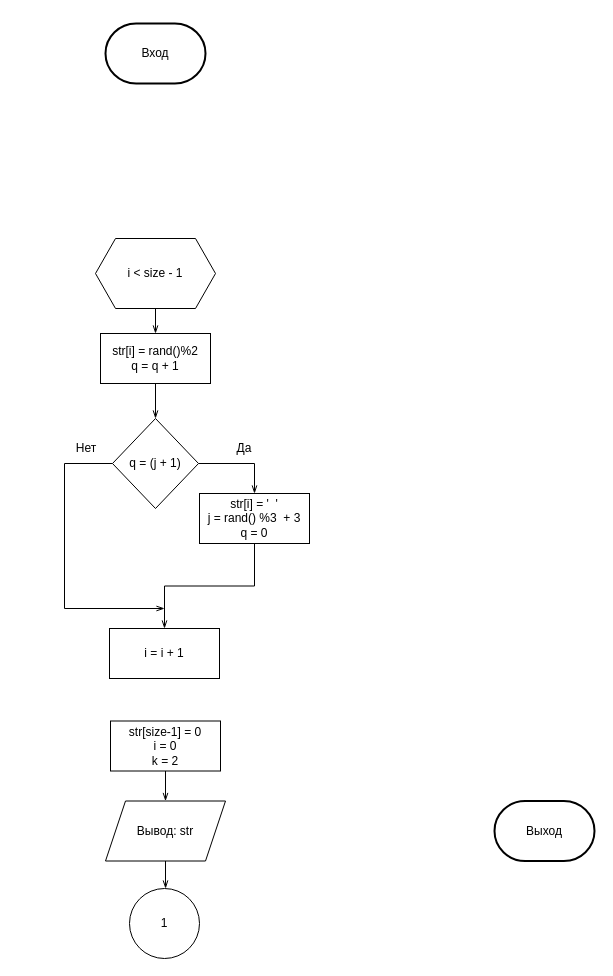
This is laba8.drawio from ArgumenTiKi/labs, a draw.io file, before an edit. Source tidied: cells renumbered, new cells numbered last; positions are measured from the earlier drawing's top-left corner, leaving out a move shared by most shapes. Both pictures are drawn from the tidied source at 100%, with x=0, y=0 at pixel (64, 23).
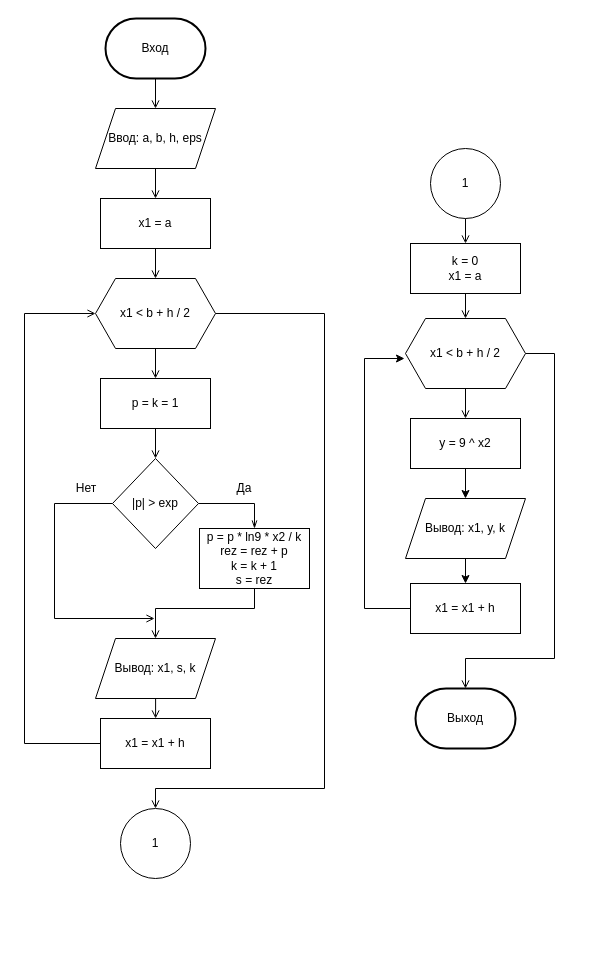
Above is the later version.

Change to the diagram source:
```diff
@@
+    <mxCell id="22" style="edgeStyle=orthogonalEdgeStyle;rounded=0;jettySize=auto;html=1;entryX=0.5;entryY=0;entryDx=0;entryDy=0;endArrow=open;endFill=0;" parent="1" edge="1" source="2" target="27">
+      <mxGeometry relative="1" as="geometry" />
+    </mxCell>
     <mxCell id="2" value="Вход" style="strokeWidth=2;html=1;shape=mxgraph.flowchart.terminator;whiteSpace=wrap;" parent="1" vertex="1">
-      <mxGeometry x="41" width="100" height="60" as="geometry" />
+      <mxGeometry x="41" y="-5" width="100" height="60" as="geometry" />
     </mxCell>
     <mxCell id="3" value="Выход" style="strokeWidth=2;html=1;shape=mxgraph.flowchart.terminator;whiteSpace=wrap;" parent="1" vertex="1">
-      <mxGeometry x="430" y="777.5" width="100" height="60" as="geometry" />
+      <mxGeometry x="351" y="665" width="100" height="60" as="geometry" />
     </mxCell>
-    <mxCell id="4" style="edgeStyle=orthogonalEdgeStyle;rounded=0;jettySize=auto;html=1;entryX=0.5;entryY=0;entryDx=0;entryDy=0;endArrow=openThin;endFill=0;" parent="1" edge="1" source="5" target="21">
-      <mxGeometry relative="1" as="geometry" />
-    </mxCell>
+    <mxCell id="23" style="edgeStyle=orthogonalEdgeStyle;rounded=0;jettySize=auto;html=1;exitX=0.5;exitY=1;exitDx=0;exitDy=0;entryX=0.5;entryY=0;entryDx=0;entryDy=0;endArrow=open;endFill=0;" parent="1" edge="1" source="5">
+      <mxGeometry relative="1" as="geometry">
+        <mxPoint x="91" y="615" as="targetPoint" />
+        <Array as="points">
+          <mxPoint x="190" y="585" />
+          <mxPoint x="91" y="585" />
+        </Array>
+      </mxGeometry>
+    </mxCell>
-    <mxCell id="5" value="str[i] = '&amp;nbsp; '&lt;br&gt;j = rand() %3&amp;nbsp; + 3&lt;br&gt;q = 0" style="rounded=0;whiteSpace=wrap;html=1;" parent="1" vertex="1">
-      <mxGeometry x="135" y="470" width="110" height="50" as="geometry" />
+    <mxCell id="5" value="p = p * ln9 * x2 / k&lt;br&gt;rez = rez + p&lt;br&gt;k = k + 1&lt;br&gt;s = rez" style="rounded=0;whiteSpace=wrap;html=1;" parent="1" vertex="1">
+      <mxGeometry x="135" y="505" width="110" height="60" as="geometry" />
     </mxCell>
     <mxCell id="6" style="edgeStyle=orthogonalEdgeStyle;rounded=0;jettySize=auto;html=1;exitX=0.5;exitY=1;exitDx=0;exitDy=0;entryX=0;entryY=0.5;entryDx=0;entryDy=0;" parent="1" edge="1" target="9">
       <mxGeometry relative="1" as="geometry">
-        <mxPoint x="85" y="407" as="sourcePoint" />
+        <mxPoint x="85" y="447" as="sourcePoint" />
       </mxGeometry>
     </mxCell>
-    <mxCell id="7" style="edgeStyle=orthogonalEdgeStyle;rounded=0;jettySize=auto;html=1;exitX=0.5;exitY=1;exitDx=0;exitDy=0;endArrow=openThin;endFill=0;" parent="1" edge="1" source="9">
-      <mxGeometry relative="1" as="geometry">
-        <mxPoint x="100" y="585" as="targetPoint" />
-        <Array as="points">
-          <mxPoint y="440" />
-          <mxPoint y="585" />
-        </Array>
-      </mxGeometry>
-    </mxCell>
@@
+    <mxCell id="24" style="edgeStyle=orthogonalEdgeStyle;rounded=0;jettySize=auto;html=1;exitX=0.5;exitY=1;exitDx=0;exitDy=0;endArrow=open;endFill=0;" parent="1" edge="1" source="9">
+      <mxGeometry relative="1" as="geometry">
+        <mxPoint x="90" y="595" as="targetPoint" />
+        <Array as="points">
+          <mxPoint x="-10" y="480" />
+          <mxPoint x="-10" y="595" />
+        </Array>
+      </mxGeometry>
+    </mxCell>
-    <mxCell id="9" value="q = (j + 1)" style="rhombus;whiteSpace=wrap;html=1;direction=south;" parent="1" vertex="1">
-      <mxGeometry x="48" y="395" width="86" height="90" as="geometry" />
+    <mxCell id="9" value="|p| &amp;gt; exp" style="rhombus;whiteSpace=wrap;html=1;direction=south;" parent="1" vertex="1">
+      <mxGeometry x="48" y="435" width="86" height="90" as="geometry" />
     </mxCell>
     <mxCell id="10" value="Нет" style="text;html=1;strokeColor=none;fillColor=none;align=center;verticalAlign=middle;whiteSpace=wrap;rounded=0;" parent="1" vertex="1">
-      <mxGeometry x="2" y="415" width="40" height="20" as="geometry" />
+      <mxGeometry x="2" y="455" width="40" height="20" as="geometry" />
     </mxCell>
     <mxCell id="11" value="Да" style="text;html=1;strokeColor=none;fillColor=none;align=center;verticalAlign=middle;whiteSpace=wrap;rounded=0;" parent="1" vertex="1">
-      <mxGeometry x="160" y="415" width="40" height="20" as="geometry" />
+      <mxGeometry x="160" y="455" width="40" height="20" as="geometry" />
     </mxCell>
     <mxCell id="12" value="1" style="ellipse;whiteSpace=wrap;html=1;" parent="1" vertex="1">
-      <mxGeometry x="65" y="865" width="70" height="70" as="geometry" />
+      <mxGeometry x="56" y="785" width="70" height="70" as="geometry" />
     </mxCell>
-    <mxCell id="13" style="edgeStyle=orthogonalEdgeStyle;rounded=0;jettySize=auto;html=1;endArrow=openThin;endFill=0;" parent="1" edge="1" source="14">
-      <mxGeometry relative="1" as="geometry">
-        <mxPoint x="101.1" y="865" as="targetPoint" />
-      </mxGeometry>
-    </mxCell>
-    <mxCell id="14" value="Вывод: str" style="shape=parallelogram;perimeter=parallelogramPerimeter;whiteSpace=wrap;html=1;fixedSize=1;" parent="1" vertex="1">
-      <mxGeometry x="41" y="777.5" width="120" height="60" as="geometry" />
-    </mxCell>
-    <mxCell id="15" style="edgeStyle=orthogonalEdgeStyle;rounded=0;jettySize=auto;html=1;entryX=0;entryY=0.5;entryDx=0;entryDy=0;endArrow=openThin;endFill=0;" parent="1" edge="1" source="16" target="9">
+    <mxCell id="15" style="edgeStyle=orthogonalEdgeStyle;rounded=0;jettySize=auto;html=1;endArrow=open;endFill=0;" parent="1" edge="1" source="16" target="9">
       <mxGeometry relative="1" as="geometry" />
     </mxCell>
-    <mxCell id="16" value="str[i] = rand()%2&lt;br&gt;q = q + 1" style="rounded=0;whiteSpace=wrap;html=1;" parent="1" vertex="1">
-      <mxGeometry x="36" y="310" width="110" height="50" as="geometry" />
+    <mxCell id="16" value="p = k = 1" style="rounded=0;whiteSpace=wrap;html=1;" parent="1" vertex="1">
+      <mxGeometry x="36" y="355" width="110" height="50" as="geometry" />
     </mxCell>
-    <mxCell id="17" style="edgeStyle=orthogonalEdgeStyle;rounded=0;jettySize=auto;html=1;exitX=0.5;exitY=1;exitDx=0;exitDy=0;entryX=0.5;entryY=0;entryDx=0;entryDy=0;endArrow=openThin;endFill=0;" parent="1" edge="1" source="18" target="14">
-      <mxGeometry relative="1" as="geometry" />
-    </mxCell>
-    <mxCell id="18" value="str[size-1] = 0&lt;br&gt;i = 0&lt;br&gt;k = 2" style="rounded=0;whiteSpace=wrap;html=1;" parent="1" vertex="1">
-      <mxGeometry x="46" y="697.5" width="110" height="50" as="geometry" />
-    </mxCell>
-    <mxCell id="19" style="edgeStyle=orthogonalEdgeStyle;rounded=0;jettySize=auto;html=1;entryX=0.5;entryY=0;entryDx=0;entryDy=0;endArrow=openThin;endFill=0;" parent="1" edge="1" source="20" target="16">
+    <mxCell id="19" style="edgeStyle=orthogonalEdgeStyle;rounded=0;jettySize=auto;html=1;endArrow=open;endFill=0;" parent="1" edge="1" source="20" target="16">
       <mxGeometry relative="1" as="geometry" />
     </mxCell>
+    <mxCell id="25" style="edgeStyle=orthogonalEdgeStyle;rounded=0;jettySize=auto;html=1;entryX=0.5;entryY=0;entryDx=0;entryDy=0;endArrow=open;endFill=0;" parent="1" edge="1" source="20" target="12">
+      <mxGeometry relative="1" as="geometry">
+        <Array as="points">
+          <mxPoint x="260" y="290" />
+          <mxPoint x="260" y="765" />
+          <mxPoint x="91" y="765" />
+        </Array>
+      </mxGeometry>
+    </mxCell>
-    <mxCell id="20" value="i &amp;lt; size - 1" style="shape=hexagon;perimeter=hexagonPerimeter2;whiteSpace=wrap;html=1;fixedSize=1;" parent="1" vertex="1">
-      <mxGeometry x="31" y="215" width="120" height="70" as="geometry" />
+    <mxCell id="20" value="x1 &amp;lt; b + h / 2" style="shape=hexagon;perimeter=hexagonPerimeter2;whiteSpace=wrap;html=1;fixedSize=1;" parent="1" vertex="1">
+      <mxGeometry x="31" y="255" width="120" height="70" as="geometry" />
     </mxCell>
-    <mxCell id="21" value="i = i + 1" style="rounded=0;whiteSpace=wrap;html=1;" parent="1" vertex="1">
-      <mxGeometry x="45" y="605" width="110" height="50" as="geometry" />
-    </mxCell>
+    <mxCell id="26" style="edgeStyle=orthogonalEdgeStyle;rounded=0;jettySize=auto;html=1;endArrow=open;endFill=0;" parent="1" edge="1" source="27" target="29">
+      <mxGeometry relative="1" as="geometry" />
+    </mxCell>
+    <mxCell id="27" value="Ввод: a, b, h, eps" style="shape=parallelogram;perimeter=parallelogramPerimeter;whiteSpace=wrap;html=1;fixedSize=1;" parent="1" vertex="1">
+      <mxGeometry x="31" y="85" width="120" height="60" as="geometry" />
+    </mxCell>
+    <mxCell id="28" style="edgeStyle=orthogonalEdgeStyle;rounded=0;jettySize=auto;html=1;endArrow=open;endFill=0;" parent="1" edge="1" source="29" target="20">
+      <mxGeometry relative="1" as="geometry" />
+    </mxCell>
+    <mxCell id="29" value="x1 = a" style="rounded=0;whiteSpace=wrap;html=1;" parent="1" vertex="1">
+      <mxGeometry x="36" y="175" width="110" height="50" as="geometry" />
+    </mxCell>
+    <mxCell id="30" style="edgeStyle=orthogonalEdgeStyle;rounded=0;jettySize=auto;html=1;endArrow=open;endFill=0;exitX=0;exitY=0.5;exitDx=0;exitDy=0;" parent="1" edge="1" source="45">
+      <mxGeometry relative="1" as="geometry">
+        <mxPoint x="31" y="290" as="targetPoint" />
+        <Array as="points">
+          <mxPoint x="-40" y="720" />
+          <mxPoint x="-40" y="290" />
+        </Array>
+      </mxGeometry>
+    </mxCell>
+    <mxCell id="31" style="edgeStyle=orthogonalEdgeStyle;rounded=0;jettySize=auto;html=1;entryX=0.5;entryY=0;entryDx=0;entryDy=0;endArrow=open;endFill=0;" parent="1" edge="1" source="32" target="40">
+      <mxGeometry relative="1" as="geometry" />
+    </mxCell>
+    <mxCell id="32" value="k = 0&lt;br&gt;x1 = a" style="rounded=0;whiteSpace=wrap;html=1;" parent="1" vertex="1">
+      <mxGeometry x="346" y="220" width="110" height="50" as="geometry" />
+    </mxCell>
+    <mxCell id="33" style="edgeStyle=orthogonalEdgeStyle;rounded=0;jettySize=auto;html=1;exitX=0.5;exitY=1;exitDx=0;exitDy=0;entryX=0.5;entryY=0;entryDx=0;entryDy=0;endArrow=open;endFill=0;" parent="1" edge="1" source="34" target="32">
+      <mxGeometry relative="1" as="geometry" />
+    </mxCell>
+    <mxCell id="34" value="1" style="ellipse;whiteSpace=wrap;html=1;" parent="1" vertex="1">
+      <mxGeometry x="366" y="125" width="70" height="70" as="geometry" />
+    </mxCell>
+    <mxCell id="35" style="edgeStyle=orthogonalEdgeStyle;rounded=0;orthogonalLoop=1;jettySize=auto;html=1;endArrow=open;endFill=0;" parent="1" edge="1">
+      <mxGeometry relative="1" as="geometry">
+        <mxPoint x="91.1" y="665" as="sourcePoint" />
+        <mxPoint x="91.1" y="695" as="targetPoint" />
+      </mxGeometry>
+    </mxCell>
+    <mxCell id="36" style="edgeStyle=orthogonalEdgeStyle;rounded=0;jettySize=auto;html=1;entryX=0.5;entryY=0;entryDx=0;entryDy=0;" parent="1" edge="1" source="37" target="42">
+      <mxGeometry relative="1" as="geometry" />
+    </mxCell>
+    <mxCell id="37" value="y = 9 ^ x2" style="rounded=0;whiteSpace=wrap;html=1;" parent="1" vertex="1">
+      <mxGeometry x="346" y="395" width="110" height="50" as="geometry" />
+    </mxCell>
+    <mxCell id="38" style="edgeStyle=orthogonalEdgeStyle;rounded=0;jettySize=auto;html=1;endArrow=open;endFill=0;" parent="1" edge="1" source="40" target="37">
+      <mxGeometry relative="1" as="geometry" />
+    </mxCell>
+    <mxCell id="39" style="edgeStyle=orthogonalEdgeStyle;rounded=0;jettySize=auto;html=1;entryX=0.5;entryY=0;entryDx=0;entryDy=0;entryPerimeter=0;endArrow=open;endFill=0;" parent="1" edge="1" source="40" target="3">
+      <mxGeometry relative="1" as="geometry">
+        <Array as="points">
+          <mxPoint x="490" y="330" />
+          <mxPoint x="490" y="635" />
+          <mxPoint x="401" y="635" />
+        </Array>
+      </mxGeometry>
+    </mxCell>
+    <mxCell id="40" value="x1 &amp;lt; b + h / 2" style="shape=hexagon;perimeter=hexagonPerimeter2;whiteSpace=wrap;html=1;fixedSize=1;" parent="1" vertex="1">
+      <mxGeometry x="341" y="295" width="120" height="70" as="geometry" />
+    </mxCell>
+    <mxCell id="41" style="edgeStyle=orthogonalEdgeStyle;rounded=0;jettySize=auto;html=1;entryX=0.5;entryY=0;entryDx=0;entryDy=0;" parent="1" edge="1" source="42" target="44">
+      <mxGeometry relative="1" as="geometry" />
+    </mxCell>
+    <mxCell id="42" value="Вывод: x1, y, k" style="shape=parallelogram;perimeter=parallelogramPerimeter;whiteSpace=wrap;html=1;fixedSize=1;" parent="1" vertex="1">
+      <mxGeometry x="341" y="475" width="120" height="60" as="geometry" />
+    </mxCell>
+    <mxCell id="43" style="edgeStyle=orthogonalEdgeStyle;rounded=0;jettySize=auto;html=1;" parent="1" edge="1" source="44">
+      <mxGeometry relative="1" as="geometry">
+        <mxPoint x="340" y="335" as="targetPoint" />
+        <Array as="points">
+          <mxPoint x="300" y="585" />
+          <mxPoint x="300" y="335" />
+        </Array>
+      </mxGeometry>
+    </mxCell>
+    <mxCell id="44" value="x1 = x1 + h" style="rounded=0;whiteSpace=wrap;html=1;" parent="1" vertex="1">
+      <mxGeometry x="346" y="560" width="110" height="50" as="geometry" />
+    </mxCell>
+    <mxCell id="45" value="x1 = x1 + h" style="rounded=0;whiteSpace=wrap;html=1;" parent="1" vertex="1">
+      <mxGeometry x="36" y="695" width="110" height="50" as="geometry" />
+    </mxCell>
+    <mxCell id="46" value="Вывод: x1, s, k" style="shape=parallelogram;perimeter=parallelogramPerimeter;whiteSpace=wrap;html=1;fixedSize=1;" parent="1" vertex="1">
+      <mxGeometry x="31" y="615" width="120" height="60" as="geometry" />
+    </mxCell>
```
